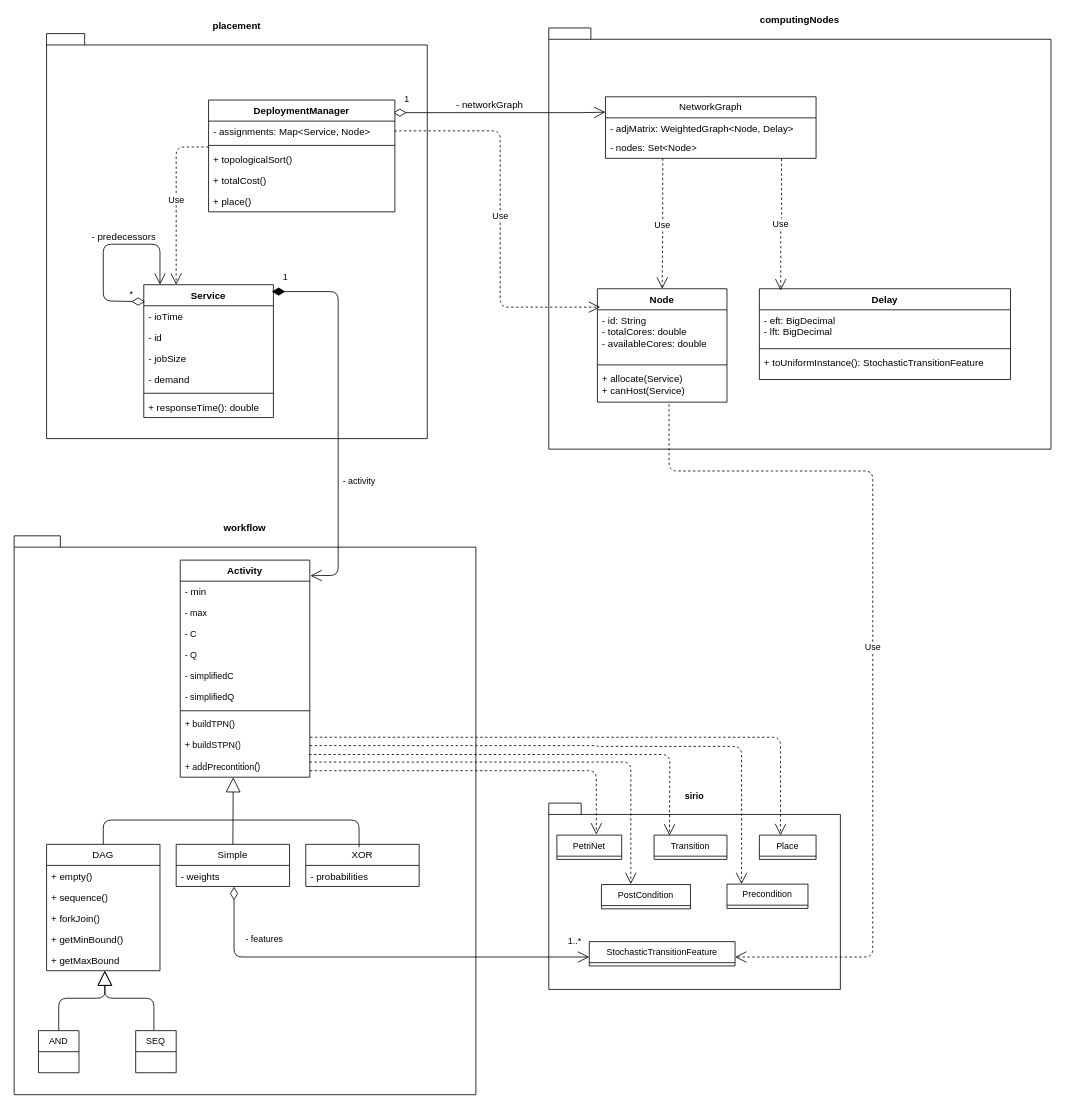
Earlier version of the draw.io diagram UML_QESM.drawio (mazzaronecristian/rospino). Source tidied: cells renumbered, new cells numbered last; positions are measured from the earlier drawing's top-left corner, leaving out a move shared by most shapes. Both pictures are drawn from the tidied source at 81%, with x=0, y=0 at pixel (14, 28).
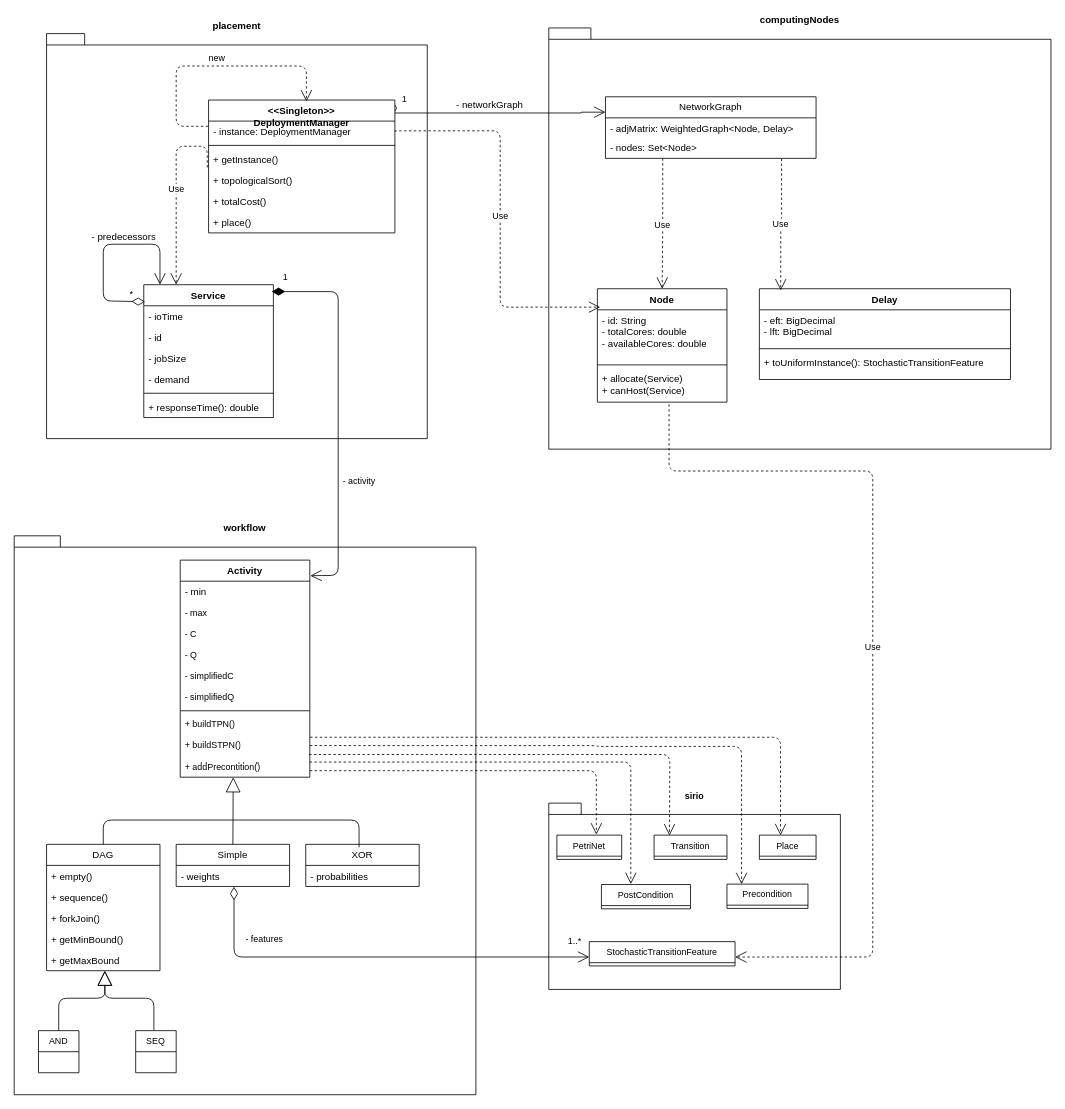
The same diagram, later.

Commit message (it also covers changes not shown here):
Nuovo diagramma UML

The change refers to these unchanged cells:
```xml
<mxCell id="16" value="&lt;div&gt;Node&lt;/div&gt;" style="swimlane;fontStyle=1;align=center;verticalAlign=top;horizontal=1;startSize=26;whiteSpace=wrap;html=1;" parent="1" vertex="1">
  <mxGeometry x="720" y="322" width="160" height="140" as="geometry" />
</mxCell>
```

What changed in the source:
```diff
@@
-    <mxCell id="73" value="DeploymentManager" style="swimlane;fontStyle=1;align=center;verticalAlign=top;horizontal=1;startSize=26;whiteSpace=wrap;html=1;" parent="1" vertex="1">
-      <mxGeometry x="240" y="89" width="230" height="138" as="geometry" />
+    <mxCell id="73" value="&amp;lt;&amp;lt;Singleton&amp;gt;&amp;gt;&lt;div&gt;DeploymentManager&lt;/div&gt;" style="swimlane;fontStyle=1;align=center;verticalAlign=top;horizontal=1;startSize=26;whiteSpace=wrap;html=1;" parent="1" vertex="1">
+      <mxGeometry x="240" y="89" width="230" height="164" as="geometry" />
     </mxCell>
-    <mxCell id="74" value="- assignments: Map&amp;lt;Service, Node&amp;gt;" style="text;strokeColor=none;fillColor=none;align=left;verticalAlign=top;spacingLeft=4;spacingRight=4;overflow=hidden;points=[[0,0.5],[1,0.5]];portConstraint=eastwest;whiteSpace=wrap;html=1;" parent="73" vertex="1">
-      <mxGeometry y="26" width="230" height="26" as="geometry" />
-    </mxCell>
+    <mxCell id="82" value="&lt;div&gt;- instance: DeploymentManager&lt;/div&gt;" style="text;strokeColor=none;fillColor=none;align=left;verticalAlign=top;spacingLeft=4;spacingRight=4;overflow=hidden;points=[[0,0.5],[1,0.5]];portConstraint=eastwest;whiteSpace=wrap;html=1;" parent="73" vertex="1">
+      <mxGeometry y="26" width="230" height="26" as="geometry" />
+    </mxCell>
@@
-    <mxCell id="76" value="Use" style="endArrow=open;endSize=12;dashed=1;html=1;rounded=1;edgeStyle=orthogonalEdgeStyle;" parent="73" edge="1">
+    <mxCell id="76" value="Use" style="endArrow=open;endSize=12;dashed=1;html=1;rounded=1;edgeStyle=orthogonalEdgeStyle;exitX=-0.007;exitY=-0.104;exitDx=0;exitDy=0;exitPerimeter=0;" parent="73" edge="1" source="77">
       <mxGeometry relative="1" as="geometry">
-        <mxPoint y="58" as="sourcePoint" />
         <mxPoint x="-40" y="228" as="targetPoint" />
         <Array as="points">
-          <mxPoint x="-40" y="58" />
-          <mxPoint x="-40" y="228" />
+          <mxPoint x="-40" y="57" />
         </Array>
       </mxGeometry>
     </mxCell>
+    <mxCell id="83" value="&lt;div&gt;+ getInstance()&lt;/div&gt;&lt;div&gt;&lt;br&gt;&lt;/div&gt;" style="text;strokeColor=none;fillColor=none;align=left;verticalAlign=top;spacingLeft=4;spacingRight=4;overflow=hidden;whiteSpace=wrap;html=1;" parent="73" vertex="1">
+      <mxGeometry y="60" width="230" height="26" as="geometry" />
+    </mxCell>
     <mxCell id="77" value="+ topologicalSort()" style="text;strokeColor=none;fillColor=none;align=left;verticalAlign=top;spacingLeft=4;spacingRight=4;overflow=hidden;points=[[0,0.5],[1,0.5]];portConstraint=eastwest;whiteSpace=wrap;html=1;" parent="73" vertex="1">
-      <mxGeometry y="60" width="230" height="26" as="geometry" />
+      <mxGeometry y="86" width="230" height="26" as="geometry" />
     </mxCell>
     <mxCell id="78" value="+ totalCost()" style="text;strokeColor=none;fillColor=none;align=left;verticalAlign=top;spacingLeft=4;spacingRight=4;overflow=hidden;whiteSpace=wrap;html=1;" parent="73" vertex="1">
-      <mxGeometry y="86" width="230" height="26" as="geometry" />
+      <mxGeometry y="112" width="230" height="26" as="geometry" />
     </mxCell>
     <mxCell id="79" value="+ place()" style="text;strokeColor=none;fillColor=none;align=left;verticalAlign=top;spacingLeft=4;spacingRight=4;overflow=hidden;whiteSpace=wrap;html=1;" parent="73" vertex="1">
-      <mxGeometry y="112" width="230" height="26" as="geometry" />
+      <mxGeometry y="138" width="230" height="26" as="geometry" />
     </mxCell>
+    <mxCell id="84" value="new" style="endArrow=open;endSize=12;dashed=1;html=1;rounded=1;edgeStyle=orthogonalEdgeStyle;curved=0;exitX=-0.002;exitY=0.247;exitDx=0;exitDy=0;exitPerimeter=0;entryX=0.525;entryY=0.011;entryDx=0;entryDy=0;entryPerimeter=0;" parent="73" edge="1" source="82" target="73">
+      <mxGeometry x="0.03" y="10" relative="1" as="geometry">
+        <Array as="points">
+          <mxPoint x="-40" y="32" />
+          <mxPoint x="-40" y="-42" />
+          <mxPoint x="121" y="-42" />
+        </Array>
+      </mxGeometry>
+    </mxCell>
-    <mxCell id="80" value="Use" style="endArrow=open;endSize=12;dashed=1;html=1;rounded=1;exitX=1;exitY=0.5;exitDx=0;exitDy=0;entryX=0.022;entryY=0.162;entryDx=0;entryDy=0;entryPerimeter=0;edgeStyle=orthogonalEdgeStyle;curved=0;" parent="1" edge="1" source="74" target="16">
+    <mxCell id="80" value="Use" style="endArrow=open;endSize=12;dashed=1;html=1;rounded=1;exitX=1;exitY=0.5;exitDx=0;exitDy=0;entryX=0.022;entryY=0.162;entryDx=0;entryDy=0;entryPerimeter=0;edgeStyle=orthogonalEdgeStyle;curved=0;" parent="1" edge="1" target="16">
       <mxGeometry relative="1" as="geometry">
+        <mxPoint x="470" y="128" as="sourcePoint" />
         <Array as="points">
           <mxPoint x="600" y="127" />
           <mxPoint x="600" y="345" />
         </Array>
       </mxGeometry>
     </mxCell>
```
